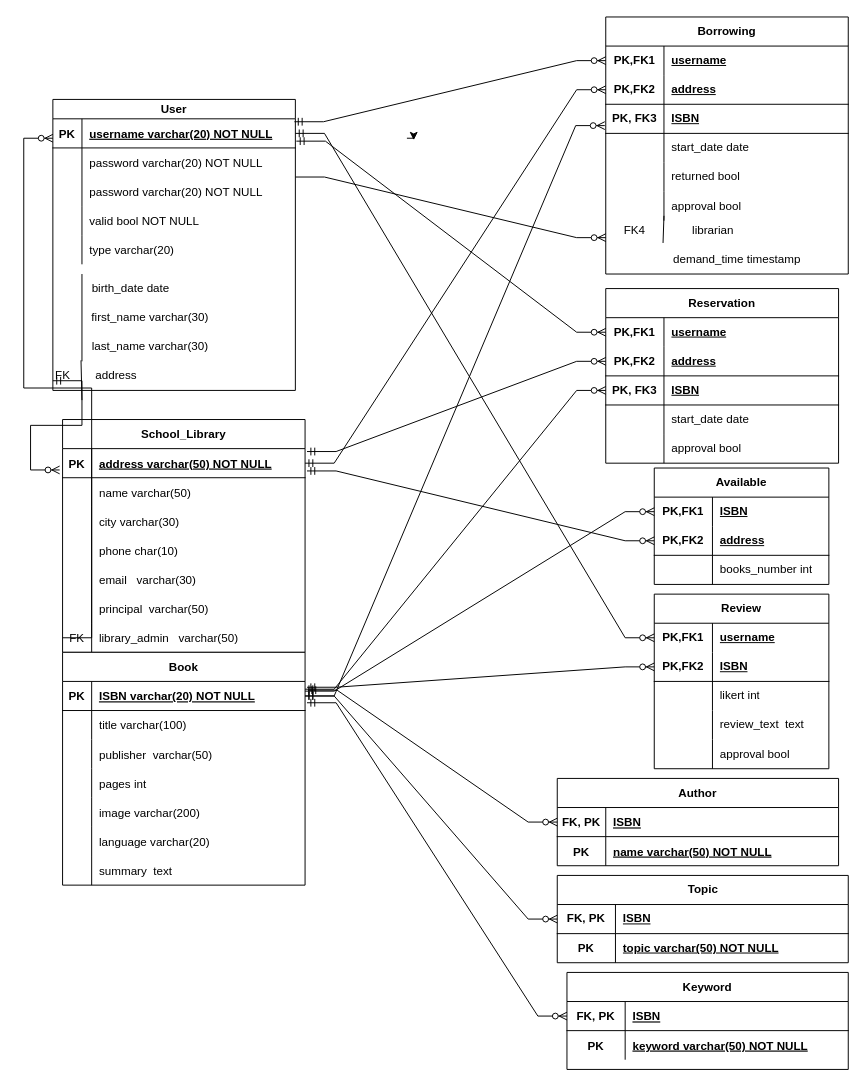
This is Relational Schema.drawio from ntua-el20069/school-library-app, a draw.io file, before an edit. Source tidied: cells renumbered, new cells numbered last; positions are measured from the earlier drawing's top-left corner, leaving out a move shared by most shapes. Both pictures are drawn from the tidied source at 97%, with x=0, y=0 at pixel (43, 16).
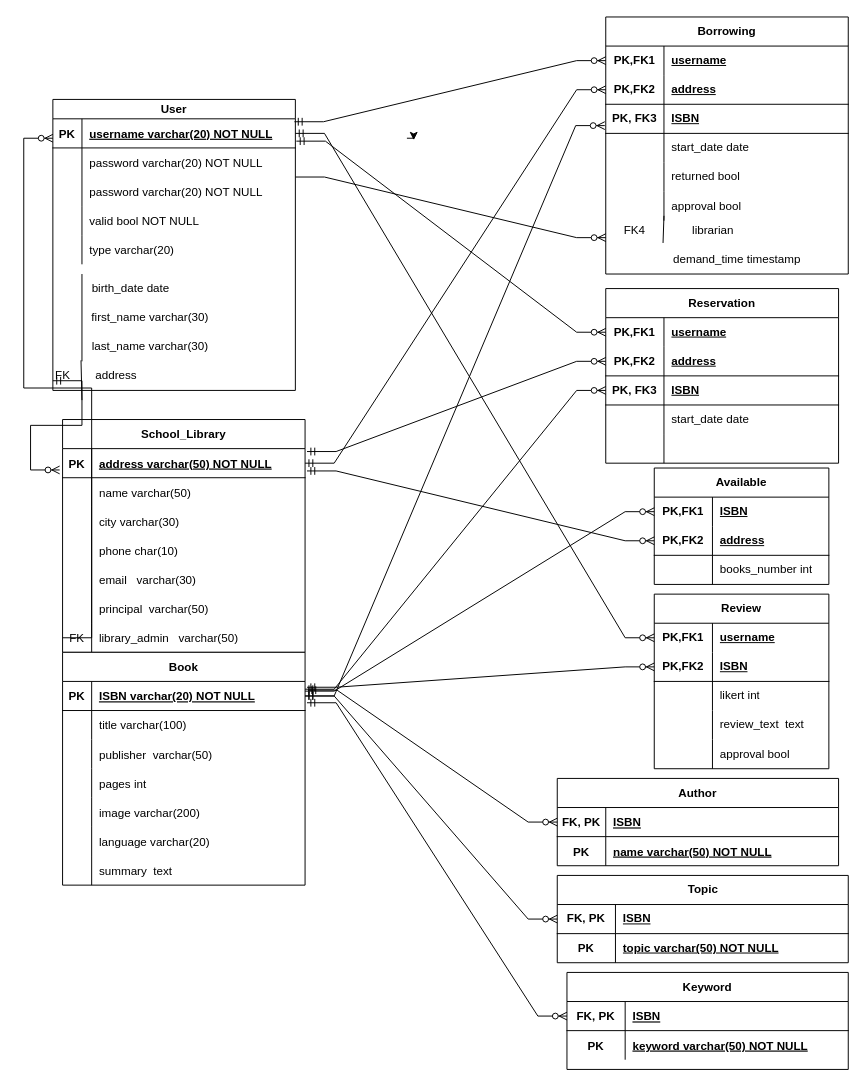
Above is the later version.

Commit message:
Relational Schema- removed approval from Reservation.drawio

Unchanged cells that the change refers to:
```xml
<mxCell id="118" style="shape=tableRow;horizontal=0;startSize=0;swimlaneHead=0;swimlaneBody=0;fillColor=none;top=0;left=0;right=0;bottom=0;html=1;" parent="105" vertex="1">
  <mxGeometry y="150" width="240" height="30" as="geometry" />
</mxCell>
```

The edit, as a diff of the source:
```diff
@@
-    <mxCell id="120" value="approval bool" style="shape=partialRectangle;fillColor=none;top=0;left=0;bottom=0;right=0;align=left;spacingLeft=6;overflow=hidden;html=1;whiteSpace=wrap;" parent="118" vertex="1">
+    <mxCell id="120" style="shape=partialRectangle;fillColor=none;top=0;left=0;bottom=0;right=0;align=left;spacingLeft=6;overflow=hidden;html=1;whiteSpace=wrap;" parent="118" vertex="1">
       <mxGeometry x="60" width="180" height="30" as="geometry" />
     </mxCell>
```
